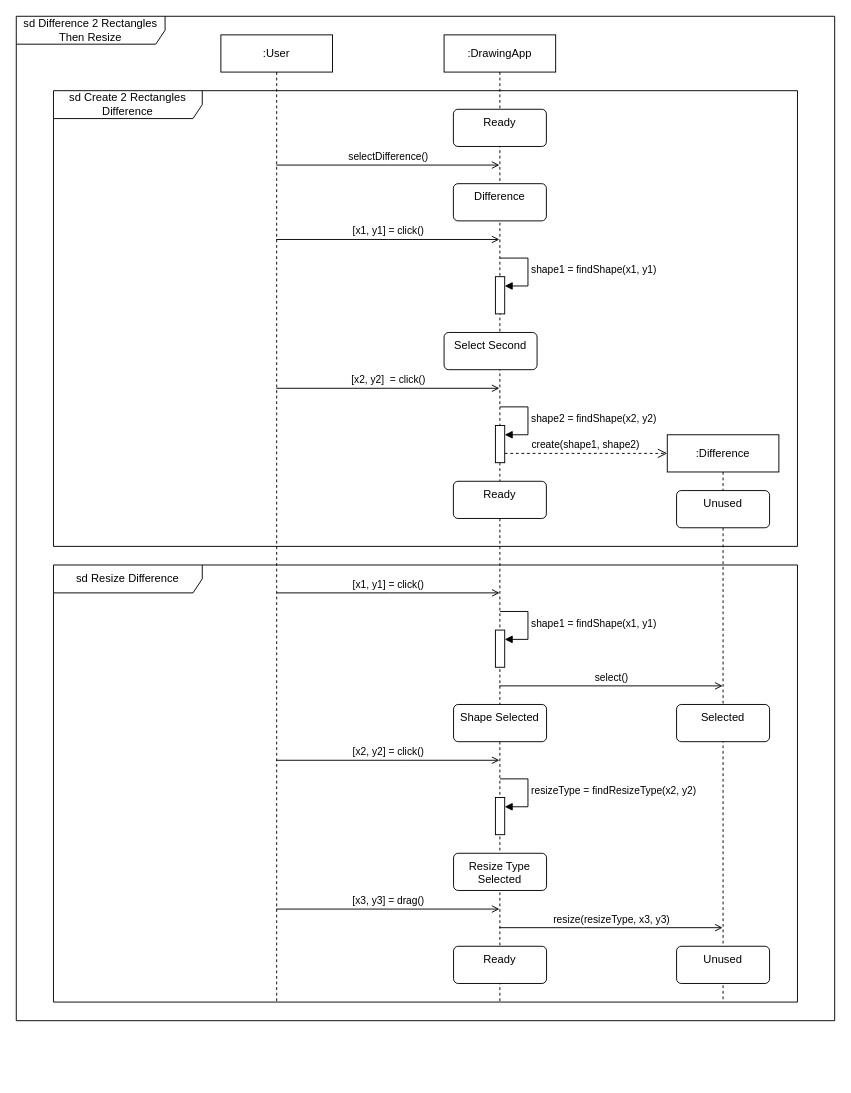
The draw.io diagram UML/Sequence diagram.drawio in Burn3rII/shapeEditor, before the edit. Source tidied: cells renumbered, new cells numbered last; positions are measured from the earlier drawing's top-left corner, leaving out a move shared by most shapes. Both pictures are drawn from the tidied source at 93%, with x=0, y=0 at pixel (16, 16).
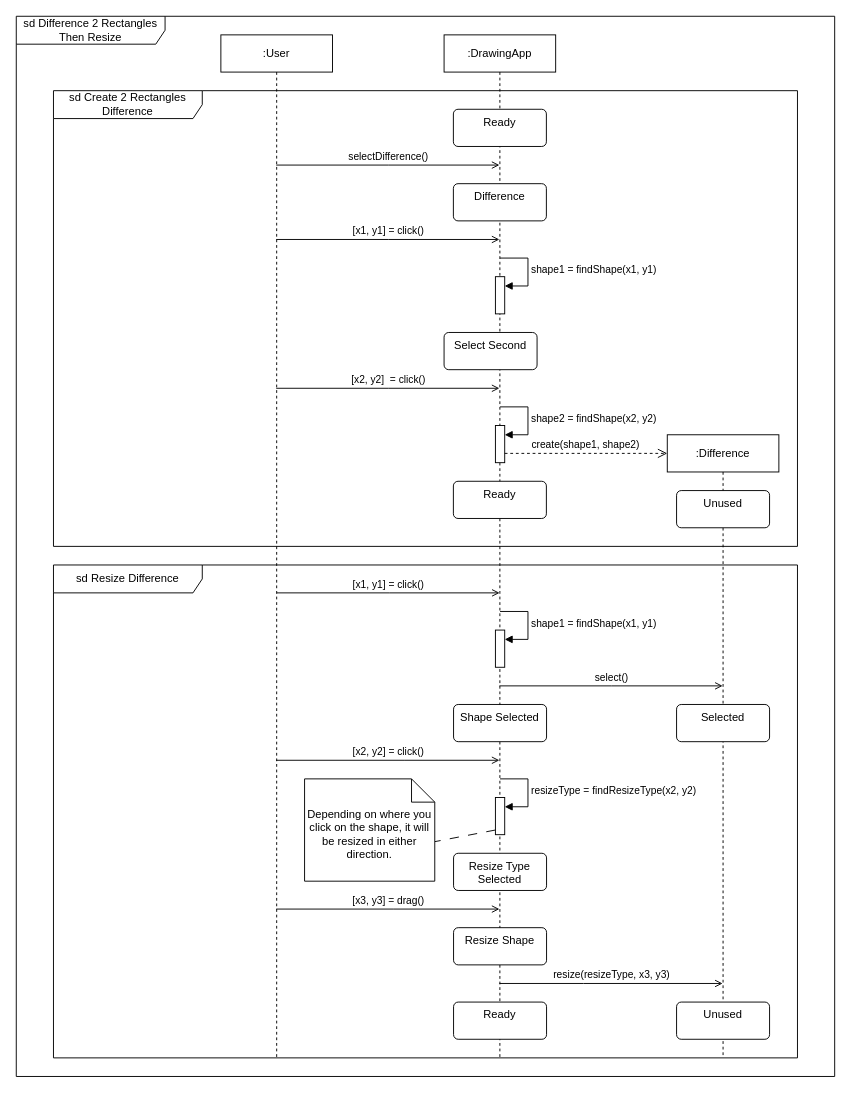
The same diagram, later.

The change refers to these unchanged cells:
```xml
<mxCell id="21" style="html=1;points=[[0,0,0,0,5],[0,1,0,0,-5],[1,0,0,0,5],[1,1,0,0,-5]];perimeter=orthogonalPerimeter;outlineConnect=0;targetShapes=umlLifeline;portConstraint=eastwest;newEdgeStyle={&quot;curved&quot;:0,&quot;rounded&quot;:0};" parent="18" vertex="1">
  <mxGeometry x="475.2" y="250" width="10" height="40" as="geometry" />
</mxCell>
```

What changed in the source:
```diff
@@
     <mxCell id="3" value="sd Difference 2 Rectangles Then Resize" style="shape=umlFrame;whiteSpace=wrap;html=1;width=160;" parent="1" vertex="1">
-      <mxGeometry width="880" height="1080" as="geometry" />
+      <mxGeometry width="880" height="1140" as="geometry" />
     </mxCell>
     <mxCell id="4" value=":User" style="shape=umlLifeline;perimeter=lifelinePerimeter;whiteSpace=wrap;html=1;outlineConnect=0;portConstraint=eastwest;newEdgeStyle={&quot;edgeStyle&quot;:&quot;elbowEdgeStyle&quot;,&quot;elbow&quot;:&quot;vertical&quot;,&quot;curved&quot;:0,&quot;rounded&quot;:0};" parent="3" vertex="1">
-      <mxGeometry x="220" y="20" width="120" height="1040" as="geometry" />
+      <mxGeometry x="220" y="20" width="120" height="1100" as="geometry" />
     </mxCell>
     <mxCell id="5" value=":DrawingApp" style="shape=umlLifeline;perimeter=lifelinePerimeter;whiteSpace=wrap;html=1;outlineConnect=0;portConstraint=eastwest;newEdgeStyle={&quot;edgeStyle&quot;:&quot;elbowEdgeStyle&quot;,&quot;elbow&quot;:&quot;vertical&quot;,&quot;curved&quot;:0,&quot;rounded&quot;:0};" parent="3" vertex="1">
-      <mxGeometry x="460" y="20" width="120" height="1040" as="geometry" />
+      <mxGeometry x="460" y="20" width="120" height="1100" as="geometry" />
     </mxCell>
@@
     <mxCell id="16" value=":Difference" style="shape=umlLifeline;perimeter=lifelinePerimeter;whiteSpace=wrap;html=1;outlineConnect=0;portConstraint=eastwest;newEdgeStyle={&quot;edgeStyle&quot;:&quot;elbowEdgeStyle&quot;,&quot;elbow&quot;:&quot;vertical&quot;,&quot;curved&quot;:0,&quot;rounded&quot;:0};" parent="3" vertex="1">
-      <mxGeometry x="700" y="450" width="120" height="610" as="geometry" />
+      <mxGeometry x="700" y="450" width="120" height="670" as="geometry" />
     </mxCell>
@@
     <mxCell id="18" value="sd Resize Difference" style="shape=umlFrame;whiteSpace=wrap;html=1;width=160;" parent="3" vertex="1">
-      <mxGeometry x="40" y="590" width="800" height="470" as="geometry" />
+      <mxGeometry x="40" y="590" width="800" height="530" as="geometry" />
     </mxCell>
@@
     <mxCell id="23" value="Ready" style="html=1;align=center;verticalAlign=top;rounded=1;absoluteArcSize=1;arcSize=10;dashed=0;whiteSpace=wrap;direction=west;" parent="18" vertex="1">
-      <mxGeometry x="430.2" y="410" width="100" height="40" as="geometry" />
+      <mxGeometry x="430.2" y="470" width="100" height="40" as="geometry" />
     </mxCell>
@@
     <mxCell id="28" value="Unused" style="html=1;align=center;verticalAlign=top;rounded=1;absoluteArcSize=1;arcSize=10;dashed=0;whiteSpace=wrap;direction=west;" parent="18" vertex="1">
-      <mxGeometry x="670" y="410" width="100" height="40" as="geometry" />
+      <mxGeometry x="670" y="470" width="100" height="40" as="geometry" />
     </mxCell>
+    <mxCell id="35" value="&lt;div&gt;&lt;br/&gt;&lt;/div&gt;" style="endArrow=none;startArrow=none;endFill=0;startFill=0;endSize=8;html=1;verticalAlign=bottom;dashed=1;labelBackgroundColor=none;dashPattern=10 10;rounded=0;entryX=0;entryY=0;entryDx=140;entryDy=67.5;entryPerimeter=0;exitX=0;exitY=1;exitDx=0;exitDy=-5;exitPerimeter=0;" parent="18" edge="1" source="21" target="36">
+      <mxGeometry relative="1" as="geometry" />
+    </mxCell>
+    <mxCell id="36" value="Depending on where you click on the shape, it will be resized in either direction." style="shape=note2;boundedLbl=1;whiteSpace=wrap;html=1;size=25;verticalAlign=top;align=center;" parent="18" vertex="1">
+      <mxGeometry x="270" y="230" width="140" height="110" as="geometry" />
+    </mxCell>
+    <mxCell id="37" value="Resize Shape" style="html=1;align=center;verticalAlign=top;rounded=1;absoluteArcSize=1;arcSize=10;dashed=0;whiteSpace=wrap;direction=west;" parent="18" vertex="1">
+      <mxGeometry x="430.2" y="390" width="100" height="40" as="geometry" />
+    </mxCell>
     <mxCell id="29" value="resize(resizeType, x3, y3)" style="html=1;verticalAlign=bottom;labelBackgroundColor=none;endArrow=open;endFill=0;rounded=0;" parent="3" edge="1" source="5" target="16">
       <mxGeometry relative="1" as="geometry">
         <Array as="points">
-          <mxPoint x="610" y="980" />
+          <mxPoint x="610" y="1040" />
         </Array>
       </mxGeometry>
     </mxCell>
```
